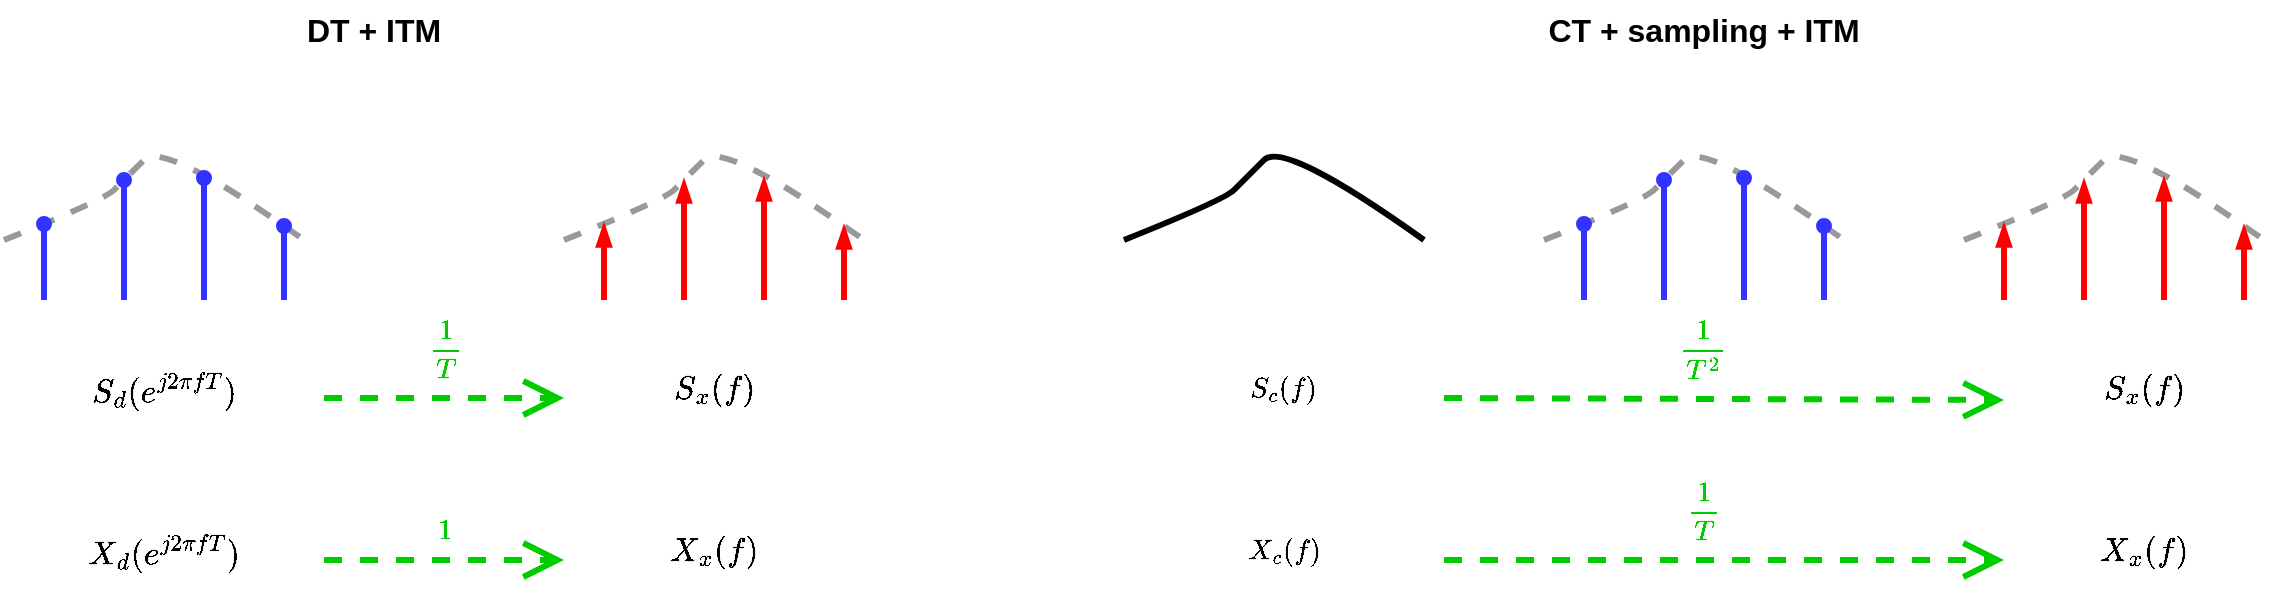
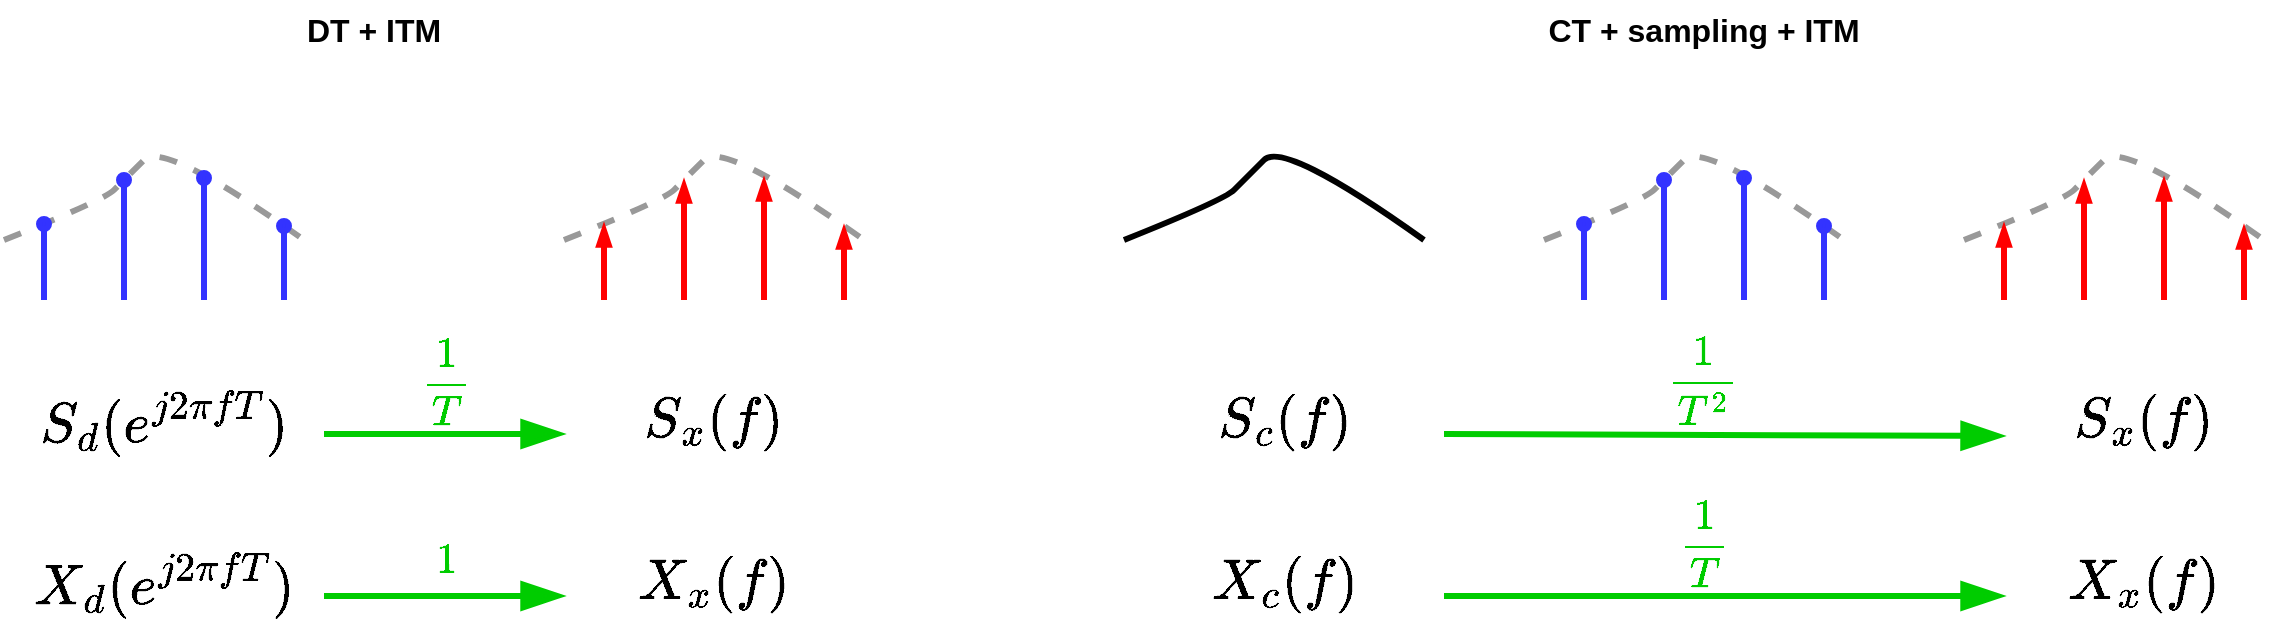
<mxfile host="Electron" agent="Mozilla/5.0 (X11; Linux x86_64) AppleWebKit/537.36 (KHTML, like Gecko) draw.io/28.2.5 Chrome/138.0.7204.251 Electron/37.6.1 Safari/537.36" version="28.2.5">
  <diagram name="Page-1" id="1Beal7c8mlB_7RyQzEzP">
-     <mxGraphModel dx="2012" dy="1203" grid="1" gridSize="10" guides="1" tooltips="1" connect="1" arrows="1" fold="1" page="1" pageScale="1" pageWidth="850" pageHeight="1100" math="1" shadow="0">
+     <mxGraphModel dx="2367" dy="1415" grid="1" gridSize="10" guides="1" tooltips="1" connect="1" arrows="1" fold="1" page="1" pageScale="1" pageWidth="850" pageHeight="1100" math="1" shadow="0">
      <root>
        <mxCell id="0" />
        <mxCell id="1" parent="0" />
        <mxCell id="1M2w8cFxcIBAhV5MAU1y-1" value="" style="curved=1;endArrow=none;html=1;rounded=0;endFill=0;strokeWidth=3;dashed=1;strokeColor=#999999;" parent="1" edge="1">
          <mxGeometry width="50" height="50" relative="1" as="geometry">
            <mxPoint x="360" y="400" as="sourcePoint" />
            <mxPoint x="510" y="400" as="targetPoint" />
            <Array as="points">
              <mxPoint x="410" y="380" />
              <mxPoint x="420" y="370" />
              <mxPoint x="440" y="350" />
            </Array>
          </mxGeometry>
        </mxCell>
        <mxCell id="1M2w8cFxcIBAhV5MAU1y-2" value="" style="endArrow=oval;html=1;rounded=0;endFill=1;endSize=5;strokeColor=#3333FF;strokeWidth=3;" parent="1" edge="1">
          <mxGeometry width="50" height="50" relative="1" as="geometry">
            <mxPoint x="380" y="430" as="sourcePoint" />
            <mxPoint x="380" y="392" as="targetPoint" />
          </mxGeometry>
        </mxCell>
        <mxCell id="1M2w8cFxcIBAhV5MAU1y-3" value="" style="endArrow=oval;html=1;rounded=0;endFill=1;endSize=5;strokeColor=#3333FF;strokeWidth=3;" parent="1" edge="1">
          <mxGeometry width="50" height="50" relative="1" as="geometry">
            <mxPoint x="420" y="430" as="sourcePoint" />
            <mxPoint x="420" y="370" as="targetPoint" />
          </mxGeometry>
        </mxCell>
        <mxCell id="1M2w8cFxcIBAhV5MAU1y-4" value="" style="endArrow=oval;html=1;rounded=0;endFill=1;endSize=5;strokeColor=#3333FF;strokeWidth=3;" parent="1" edge="1">
          <mxGeometry width="50" height="50" relative="1" as="geometry">
            <mxPoint x="460" y="430" as="sourcePoint" />
            <mxPoint x="460" y="369" as="targetPoint" />
          </mxGeometry>
        </mxCell>
        <mxCell id="1M2w8cFxcIBAhV5MAU1y-5" value="" style="endArrow=oval;html=1;rounded=0;endFill=1;endSize=5;strokeColor=#3333FF;strokeWidth=3;" parent="1" edge="1">
          <mxGeometry width="50" height="50" relative="1" as="geometry">
            <mxPoint x="500" y="430" as="sourcePoint" />
            <mxPoint x="500" y="393" as="targetPoint" />
          </mxGeometry>
        </mxCell>
        <mxCell id="1M2w8cFxcIBAhV5MAU1y-11" value="" style="curved=1;endArrow=none;html=1;rounded=0;endFill=0;strokeWidth=3;strokeColor=#000000;" parent="1" edge="1">
          <mxGeometry width="50" height="50" relative="1" as="geometry">
            <mxPoint x="920" y="400" as="sourcePoint" />
            <mxPoint x="1070" y="400" as="targetPoint" />
            <Array as="points">
              <mxPoint x="970" y="380" />
              <mxPoint x="980" y="370" />
              <mxPoint x="1000" y="350" />
            </Array>
          </mxGeometry>
        </mxCell>
        <mxCell id="1M2w8cFxcIBAhV5MAU1y-12" value="" style="curved=1;endArrow=none;html=1;rounded=0;endFill=0;strokeWidth=3;dashed=1;strokeColor=#999999;" parent="1" edge="1">
          <mxGeometry width="50" height="50" relative="1" as="geometry">
            <mxPoint x="1340" y="400" as="sourcePoint" />
            <mxPoint x="1490" y="400" as="targetPoint" />
            <Array as="points">
              <mxPoint x="1390" y="380" />
              <mxPoint x="1400" y="370" />
              <mxPoint x="1420" y="350" />
            </Array>
          </mxGeometry>
        </mxCell>
        <mxCell id="1M2w8cFxcIBAhV5MAU1y-13" value="" style="endArrow=blockThin;html=1;rounded=0;endFill=1;endSize=4;strokeColor=#FF0000;strokeWidth=3;" parent="1" edge="1">
          <mxGeometry width="50" height="50" relative="1" as="geometry">
            <mxPoint x="1360" y="430" as="sourcePoint" />
            <mxPoint x="1360" y="392" as="targetPoint" />
          </mxGeometry>
        </mxCell>
        <mxCell id="1M2w8cFxcIBAhV5MAU1y-14" value="" style="endArrow=blockThin;html=1;rounded=0;endFill=1;endSize=4;strokeColor=#FF0000;strokeWidth=3;" parent="1" edge="1">
          <mxGeometry width="50" height="50" relative="1" as="geometry">
            <mxPoint x="1400" y="430" as="sourcePoint" />
            <mxPoint x="1400" y="370" as="targetPoint" />
          </mxGeometry>
        </mxCell>
        <mxCell id="1M2w8cFxcIBAhV5MAU1y-15" value="" style="endArrow=blockThin;html=1;rounded=0;endFill=1;endSize=4;strokeColor=#FF0000;strokeWidth=3;" parent="1" edge="1">
          <mxGeometry width="50" height="50" relative="1" as="geometry">
            <mxPoint x="1440" y="430" as="sourcePoint" />
            <mxPoint x="1440" y="369" as="targetPoint" />
          </mxGeometry>
        </mxCell>
        <mxCell id="1M2w8cFxcIBAhV5MAU1y-16" value="" style="endArrow=blockThin;html=1;rounded=0;endFill=1;endSize=4;strokeColor=#FF0000;strokeWidth=3;" parent="1" edge="1">
          <mxGeometry width="50" height="50" relative="1" as="geometry">
            <mxPoint x="1480" y="430" as="sourcePoint" />
            <mxPoint x="1480" y="393" as="targetPoint" />
          </mxGeometry>
        </mxCell>
-         <mxCell id="1M2w8cFxcIBAhV5MAU1y-17" value="" style="endArrow=open;html=1;rounded=0;strokeColor=#00CC00;strokeWidth=3;endFill=0;dashed=1;endSize=14;" parent="1" edge="1">
-           <mxGeometry width="50" height="50" relative="1" as="geometry">
-             <mxPoint x="1080" y="479" as="sourcePoint" />
-             <mxPoint x="1360" y="480" as="targetPoint" />
-           </mxGeometry>
-         </mxCell>
-         <mxCell id="1M2w8cFxcIBAhV5MAU1y-18" value="$$S_c(f)$$" style="text;html=1;align=center;verticalAlign=middle;whiteSpace=wrap;rounded=0;" parent="1" vertex="1">
-           <mxGeometry x="970" y="460" width="60" height="30" as="geometry" />
-         </mxCell>
-         <mxCell id="1M2w8cFxcIBAhV5MAU1y-19" value="&lt;font style=&quot;font-size: 14px;&quot;&gt;$$S_x(f)$$&lt;/font&gt;" style="text;html=1;align=center;verticalAlign=middle;whiteSpace=wrap;rounded=0;" parent="1" vertex="1">
-           <mxGeometry x="1400" y="460" width="60" height="30" as="geometry" />
-         </mxCell>
-         <mxCell id="1M2w8cFxcIBAhV5MAU1y-20" value="&lt;font style=&quot;color: rgb(0, 204, 0);&quot;&gt;$$\frac{1}{T^2}$$&lt;/font&gt;" style="text;html=1;align=center;verticalAlign=middle;whiteSpace=wrap;rounded=0;" parent="1" vertex="1">
-           <mxGeometry x="1180" y="439.31" width="60" height="30" as="geometry" />
-         </mxCell>
-         <mxCell id="1M2w8cFxcIBAhV5MAU1y-23" value="&lt;font style=&quot;font-size: 14px;&quot;&gt;$$S_d(e^{j2\pi f T})$$&lt;/font&gt;" style="text;html=1;align=center;verticalAlign=middle;whiteSpace=wrap;rounded=0;" parent="1" vertex="1">
-           <mxGeometry x="410" y="460" width="60" height="30" as="geometry" />
+         <mxCell id="1M2w8cFxcIBAhV5MAU1y-17" value="" style="endArrow=blockThin;html=1;rounded=0;strokeColor=#00CC00;strokeWidth=3;endFill=1;endSize=14;" parent="1" edge="1">
+           <mxGeometry width="50" height="50" relative="1" as="geometry">
+             <mxPoint x="1080" y="497" as="sourcePoint" />
+             <mxPoint x="1360" y="498" as="targetPoint" />
+           </mxGeometry>
+         </mxCell>
+         <mxCell id="1M2w8cFxcIBAhV5MAU1y-18" value="$$S_c(f)$$" style="text;html=1;align=center;verticalAlign=middle;whiteSpace=wrap;rounded=0;fontSize=24;" parent="1" vertex="1">
+           <mxGeometry x="970" y="476" width="60" height="30" as="geometry" />
+         </mxCell>
+         <mxCell id="1M2w8cFxcIBAhV5MAU1y-19" value="&lt;font&gt;$$S_x(f)$$&lt;/font&gt;" style="text;html=1;align=center;verticalAlign=middle;whiteSpace=wrap;rounded=0;fontSize=24;" parent="1" vertex="1">
+           <mxGeometry x="1400" y="476" width="60" height="30" as="geometry" />
+         </mxCell>
+         <mxCell id="1M2w8cFxcIBAhV5MAU1y-20" value="&lt;font style=&quot;color: rgb(0, 204, 0);&quot;&gt;$$\frac{1}{T^2}$$&lt;/font&gt;" style="text;html=1;align=center;verticalAlign=middle;whiteSpace=wrap;rounded=0;fontSize=18;" parent="1" vertex="1">
+           <mxGeometry x="1180" y="455.31" width="60" height="30" as="geometry" />
+         </mxCell>
+         <mxCell id="1M2w8cFxcIBAhV5MAU1y-23" value="&lt;font&gt;$$S_d(e^{j2\pi f T})$$&lt;/font&gt;" style="text;html=1;align=center;verticalAlign=middle;whiteSpace=wrap;rounded=0;fontSize=24;" parent="1" vertex="1">
+           <mxGeometry x="410" y="476" width="60" height="30" as="geometry" />
        </mxCell>
        <mxCell id="ZqLtLjlUZdWuvsm7_4mt-1" value="&lt;font style=&quot;color: rgb(0, 0, 0); font-size: 16px;&quot;&gt;&lt;b&gt;CT + sampling + ITM&lt;/b&gt;&lt;/font&gt;" style="text;html=1;align=center;verticalAlign=middle;whiteSpace=wrap;rounded=0;" parent="1" vertex="1">
          <mxGeometry x="1125" y="280" width="170" height="30" as="geometry" />
        </mxCell>
-         <mxCell id="ZqLtLjlUZdWuvsm7_4mt-2" value="" style="endArrow=open;html=1;rounded=0;strokeColor=#00CC00;strokeWidth=3;endFill=0;dashed=1;endSize=14;" parent="1" edge="1">
-           <mxGeometry width="50" height="50" relative="1" as="geometry">
-             <mxPoint x="1080" y="560" as="sourcePoint" />
-             <mxPoint x="1360" y="560" as="targetPoint" />
-           </mxGeometry>
-         </mxCell>
-         <mxCell id="ZqLtLjlUZdWuvsm7_4mt-3" value="$$X_c(f)$$" style="text;html=1;align=center;verticalAlign=middle;whiteSpace=wrap;rounded=0;" parent="1" vertex="1">
-           <mxGeometry x="970" y="540.69" width="60" height="30" as="geometry" />
-         </mxCell>
-         <mxCell id="ZqLtLjlUZdWuvsm7_4mt-4" value="&lt;font style=&quot;font-size: 14px;&quot;&gt;$$X_x(f)$$&lt;/font&gt;" style="text;html=1;align=center;verticalAlign=middle;whiteSpace=wrap;rounded=0;" parent="1" vertex="1">
-           <mxGeometry x="1400" y="540.69" width="60" height="30" as="geometry" />
-         </mxCell>
-         <mxCell id="ZqLtLjlUZdWuvsm7_4mt-5" value="&lt;font style=&quot;color: rgb(0, 204, 0);&quot;&gt;$$\frac{1}{T}$$&lt;/font&gt;" style="text;html=1;align=center;verticalAlign=middle;whiteSpace=wrap;rounded=0;" parent="1" vertex="1">
-           <mxGeometry x="1180" y="520" width="60" height="30" as="geometry" />
+         <mxCell id="ZqLtLjlUZdWuvsm7_4mt-2" value="" style="endArrow=blockThin;html=1;rounded=0;strokeColor=#00CC00;strokeWidth=3;endFill=1;endSize=14;" parent="1" edge="1">
+           <mxGeometry width="50" height="50" relative="1" as="geometry">
+             <mxPoint x="1080" y="578" as="sourcePoint" />
+             <mxPoint x="1360" y="578" as="targetPoint" />
+           </mxGeometry>
+         </mxCell>
+         <mxCell id="ZqLtLjlUZdWuvsm7_4mt-3" value="$$X_c(f)$$" style="text;html=1;align=center;verticalAlign=middle;whiteSpace=wrap;rounded=0;fontSize=24;" parent="1" vertex="1">
+           <mxGeometry x="970" y="556.69" width="60" height="30" as="geometry" />
+         </mxCell>
+         <mxCell id="ZqLtLjlUZdWuvsm7_4mt-4" value="&lt;font&gt;$$X_x(f)$$&lt;/font&gt;" style="text;html=1;align=center;verticalAlign=middle;whiteSpace=wrap;rounded=0;fontSize=24;" parent="1" vertex="1">
+           <mxGeometry x="1400" y="556.69" width="60" height="30" as="geometry" />
+         </mxCell>
+         <mxCell id="ZqLtLjlUZdWuvsm7_4mt-5" value="&lt;font style=&quot;color: rgb(0, 204, 0);&quot;&gt;$$\frac{1}{T}$$&lt;/font&gt;" style="text;html=1;align=center;verticalAlign=middle;whiteSpace=wrap;rounded=0;fontSize=18;" parent="1" vertex="1">
+           <mxGeometry x="1180" y="536" width="60" height="30" as="geometry" />
        </mxCell>
        <mxCell id="ZqLtLjlUZdWuvsm7_4mt-6" value="" style="curved=1;endArrow=none;html=1;rounded=0;endFill=0;strokeWidth=3;dashed=1;strokeColor=#999999;" parent="1" edge="1">
          <mxGeometry width="50" height="50" relative="1" as="geometry">
            <mxPoint x="640" y="400" as="sourcePoint" />
            <mxPoint x="790" y="400" as="targetPoint" />
            <Array as="points">
              <mxPoint x="690" y="380" />
              <mxPoint x="700" y="370" />
              <mxPoint x="720" y="350" />
            </Array>
          </mxGeometry>
        </mxCell>
        <mxCell id="ZqLtLjlUZdWuvsm7_4mt-7" value="" style="endArrow=blockThin;html=1;rounded=0;endFill=1;endSize=4;strokeColor=#FF0000;strokeWidth=3;" parent="1" edge="1">
          <mxGeometry width="50" height="50" relative="1" as="geometry">
            <mxPoint x="660" y="430" as="sourcePoint" />
            <mxPoint x="660" y="392" as="targetPoint" />
          </mxGeometry>
        </mxCell>
        <mxCell id="ZqLtLjlUZdWuvsm7_4mt-8" value="" style="endArrow=blockThin;html=1;rounded=0;endFill=1;endSize=4;strokeColor=#FF0000;strokeWidth=3;" parent="1" edge="1">
          <mxGeometry width="50" height="50" relative="1" as="geometry">
            <mxPoint x="700" y="430" as="sourcePoint" />
            <mxPoint x="700" y="370" as="targetPoint" />
          </mxGeometry>
        </mxCell>
        <mxCell id="ZqLtLjlUZdWuvsm7_4mt-9" value="" style="endArrow=blockThin;html=1;rounded=0;endFill=1;endSize=4;strokeColor=#FF0000;strokeWidth=3;" parent="1" edge="1">
          <mxGeometry width="50" height="50" relative="1" as="geometry">
            <mxPoint x="740" y="430" as="sourcePoint" />
            <mxPoint x="740" y="369" as="targetPoint" />
          </mxGeometry>
        </mxCell>
        <mxCell id="ZqLtLjlUZdWuvsm7_4mt-10" value="" style="endArrow=blockThin;html=1;rounded=0;endFill=1;endSize=4;strokeColor=#FF0000;strokeWidth=3;" parent="1" edge="1">
          <mxGeometry width="50" height="50" relative="1" as="geometry">
            <mxPoint x="780" y="430" as="sourcePoint" />
            <mxPoint x="780" y="393" as="targetPoint" />
          </mxGeometry>
        </mxCell>
-         <mxCell id="ZqLtLjlUZdWuvsm7_4mt-11" value="" style="endArrow=open;html=1;rounded=0;strokeColor=#00CC00;strokeWidth=3;endFill=0;dashed=1;endSize=14;" parent="1" edge="1">
-           <mxGeometry width="50" height="50" relative="1" as="geometry">
-             <mxPoint x="520" y="479" as="sourcePoint" />
-             <mxPoint x="640" y="479" as="targetPoint" />
-           </mxGeometry>
-         </mxCell>
-         <mxCell id="ZqLtLjlUZdWuvsm7_4mt-12" value="&lt;font style=&quot;font-size: 14px;&quot;&gt;$$S_x(f)$$&lt;/font&gt;" style="text;html=1;align=center;verticalAlign=middle;whiteSpace=wrap;rounded=0;" parent="1" vertex="1">
-           <mxGeometry x="685" y="460" width="60" height="30" as="geometry" />
-         </mxCell>
-         <mxCell id="ZqLtLjlUZdWuvsm7_4mt-13" value="&lt;font style=&quot;color: rgb(0, 204, 0);&quot;&gt;$$\frac{1}{T}$$&lt;/font&gt;" style="text;html=1;align=center;verticalAlign=middle;whiteSpace=wrap;rounded=0;" parent="1" vertex="1">
-           <mxGeometry x="551" y="439.31" width="60" height="30" as="geometry" />
-         </mxCell>
-         <mxCell id="ZqLtLjlUZdWuvsm7_4mt-14" value="&lt;font style=&quot;font-size: 14px;&quot;&gt;$$X_d(e^{j2\pi f T})$$&lt;/font&gt;" style="text;html=1;align=center;verticalAlign=middle;whiteSpace=wrap;rounded=0;" parent="1" vertex="1">
-           <mxGeometry x="410" y="540.69" width="60" height="30" as="geometry" />
-         </mxCell>
-         <mxCell id="ZqLtLjlUZdWuvsm7_4mt-15" value="" style="endArrow=open;html=1;rounded=0;strokeColor=#00CC00;strokeWidth=3;endFill=0;dashed=1;endSize=14;" parent="1" edge="1">
-           <mxGeometry width="50" height="50" relative="1" as="geometry">
-             <mxPoint x="520" y="560" as="sourcePoint" />
-             <mxPoint x="640" y="560" as="targetPoint" />
-           </mxGeometry>
-         </mxCell>
-         <mxCell id="ZqLtLjlUZdWuvsm7_4mt-16" value="&lt;font style=&quot;font-size: 14px;&quot;&gt;$$X_x(f)$$&lt;/font&gt;" style="text;html=1;align=center;verticalAlign=middle;whiteSpace=wrap;rounded=0;" parent="1" vertex="1">
-           <mxGeometry x="685" y="540.69" width="60" height="30" as="geometry" />
-         </mxCell>
-         <mxCell id="ZqLtLjlUZdWuvsm7_4mt-17" value="&lt;font style=&quot;color: rgb(0, 204, 0);&quot;&gt;$$1$$&lt;/font&gt;" style="text;html=1;align=center;verticalAlign=middle;whiteSpace=wrap;rounded=0;" parent="1" vertex="1">
-           <mxGeometry x="551" y="530" width="60" height="30" as="geometry" />
+         <mxCell id="ZqLtLjlUZdWuvsm7_4mt-11" value="" style="endArrow=blockThin;html=1;rounded=0;strokeColor=#00CC00;strokeWidth=3;endFill=1;endSize=14;" parent="1" edge="1">
+           <mxGeometry width="50" height="50" relative="1" as="geometry">
+             <mxPoint x="520" y="497" as="sourcePoint" />
+             <mxPoint x="640" y="497" as="targetPoint" />
+           </mxGeometry>
+         </mxCell>
+         <mxCell id="ZqLtLjlUZdWuvsm7_4mt-12" value="&lt;font&gt;$$S_x(f)$$&lt;/font&gt;" style="text;html=1;align=center;verticalAlign=middle;whiteSpace=wrap;rounded=0;fontSize=24;" parent="1" vertex="1">
+           <mxGeometry x="685" y="476" width="60" height="30" as="geometry" />
+         </mxCell>
+         <mxCell id="ZqLtLjlUZdWuvsm7_4mt-13" value="&lt;font style=&quot;color: rgb(0, 204, 0);&quot;&gt;$$\frac{1}{T}$$&lt;/font&gt;" style="text;html=1;align=center;verticalAlign=middle;whiteSpace=wrap;rounded=0;fontSize=18;" parent="1" vertex="1">
+           <mxGeometry x="551" y="455.31" width="60" height="30" as="geometry" />
+         </mxCell>
+         <mxCell id="ZqLtLjlUZdWuvsm7_4mt-14" value="&lt;font&gt;$$X_d(e^{j2\pi f T})$$&lt;/font&gt;" style="text;html=1;align=center;verticalAlign=middle;whiteSpace=wrap;rounded=0;fontSize=24;" parent="1" vertex="1">
+           <mxGeometry x="410" y="556.69" width="60" height="30" as="geometry" />
+         </mxCell>
+         <mxCell id="ZqLtLjlUZdWuvsm7_4mt-15" value="" style="endArrow=blockThin;html=1;rounded=0;strokeColor=#00CC00;strokeWidth=3;endFill=1;endSize=14;" parent="1" edge="1">
+           <mxGeometry width="50" height="50" relative="1" as="geometry">
+             <mxPoint x="520" y="578" as="sourcePoint" />
+             <mxPoint x="640" y="578" as="targetPoint" />
+           </mxGeometry>
+         </mxCell>
+         <mxCell id="ZqLtLjlUZdWuvsm7_4mt-16" value="&lt;font&gt;$$X_x(f)$$&lt;/font&gt;" style="text;html=1;align=center;verticalAlign=middle;whiteSpace=wrap;rounded=0;fontSize=24;" parent="1" vertex="1">
+           <mxGeometry x="685" y="556.69" width="60" height="30" as="geometry" />
+         </mxCell>
+         <mxCell id="ZqLtLjlUZdWuvsm7_4mt-17" value="&lt;font style=&quot;color: rgb(0, 204, 0);&quot;&gt;$$1$$&lt;/font&gt;" style="text;html=1;align=center;verticalAlign=middle;whiteSpace=wrap;rounded=0;fontSize=18;" parent="1" vertex="1">
+           <mxGeometry x="551" y="546" width="60" height="30" as="geometry" />
        </mxCell>
        <mxCell id="ZqLtLjlUZdWuvsm7_4mt-18" value="&lt;font style=&quot;color: rgb(0, 0, 0); font-size: 16px;&quot;&gt;&lt;b&gt;DT + ITM&lt;/b&gt;&lt;/font&gt;" style="text;html=1;align=center;verticalAlign=middle;whiteSpace=wrap;rounded=0;" parent="1" vertex="1">
          <mxGeometry x="460" y="280" width="170" height="30" as="geometry" />
        </mxCell>
        <mxCell id="ZqLtLjlUZdWuvsm7_4mt-19" value="" style="curved=1;endArrow=none;html=1;rounded=0;endFill=0;strokeWidth=3;dashed=1;strokeColor=#999999;" parent="1" edge="1">
          <mxGeometry width="50" height="50" relative="1" as="geometry">
            <mxPoint x="1130" y="400" as="sourcePoint" />
            <mxPoint x="1280" y="400" as="targetPoint" />
            <Array as="points">
              <mxPoint x="1180" y="380" />
              <mxPoint x="1190" y="370" />
              <mxPoint x="1210" y="350" />
            </Array>
          </mxGeometry>
        </mxCell>
        <mxCell id="ZqLtLjlUZdWuvsm7_4mt-20" value="" style="endArrow=oval;html=1;rounded=0;endFill=1;endSize=5;strokeColor=#3333FF;strokeWidth=3;" parent="1" edge="1">
          <mxGeometry width="50" height="50" relative="1" as="geometry">
            <mxPoint x="1150" y="430" as="sourcePoint" />
            <mxPoint x="1150" y="392" as="targetPoint" />
          </mxGeometry>
        </mxCell>
        <mxCell id="ZqLtLjlUZdWuvsm7_4mt-21" value="" style="endArrow=oval;html=1;rounded=0;endFill=1;endSize=5;strokeColor=#3333FF;strokeWidth=3;" parent="1" edge="1">
          <mxGeometry width="50" height="50" relative="1" as="geometry">
            <mxPoint x="1190" y="430" as="sourcePoint" />
            <mxPoint x="1190" y="370" as="targetPoint" />
          </mxGeometry>
        </mxCell>
        <mxCell id="ZqLtLjlUZdWuvsm7_4mt-22" value="" style="endArrow=oval;html=1;rounded=0;endFill=1;endSize=5;strokeColor=#3333FF;strokeWidth=3;" parent="1" edge="1">
          <mxGeometry width="50" height="50" relative="1" as="geometry">
            <mxPoint x="1230" y="430" as="sourcePoint" />
            <mxPoint x="1230" y="369" as="targetPoint" />
          </mxGeometry>
        </mxCell>
        <mxCell id="ZqLtLjlUZdWuvsm7_4mt-23" value="" style="endArrow=oval;html=1;rounded=0;endFill=1;endSize=5;strokeColor=#3333FF;strokeWidth=3;" parent="1" edge="1">
          <mxGeometry width="50" height="50" relative="1" as="geometry">
            <mxPoint x="1270" y="430" as="sourcePoint" />
            <mxPoint x="1270" y="393" as="targetPoint" />
          </mxGeometry>
        </mxCell>
      </root>
    </mxGraphModel>
  </diagram>
</mxfile>
